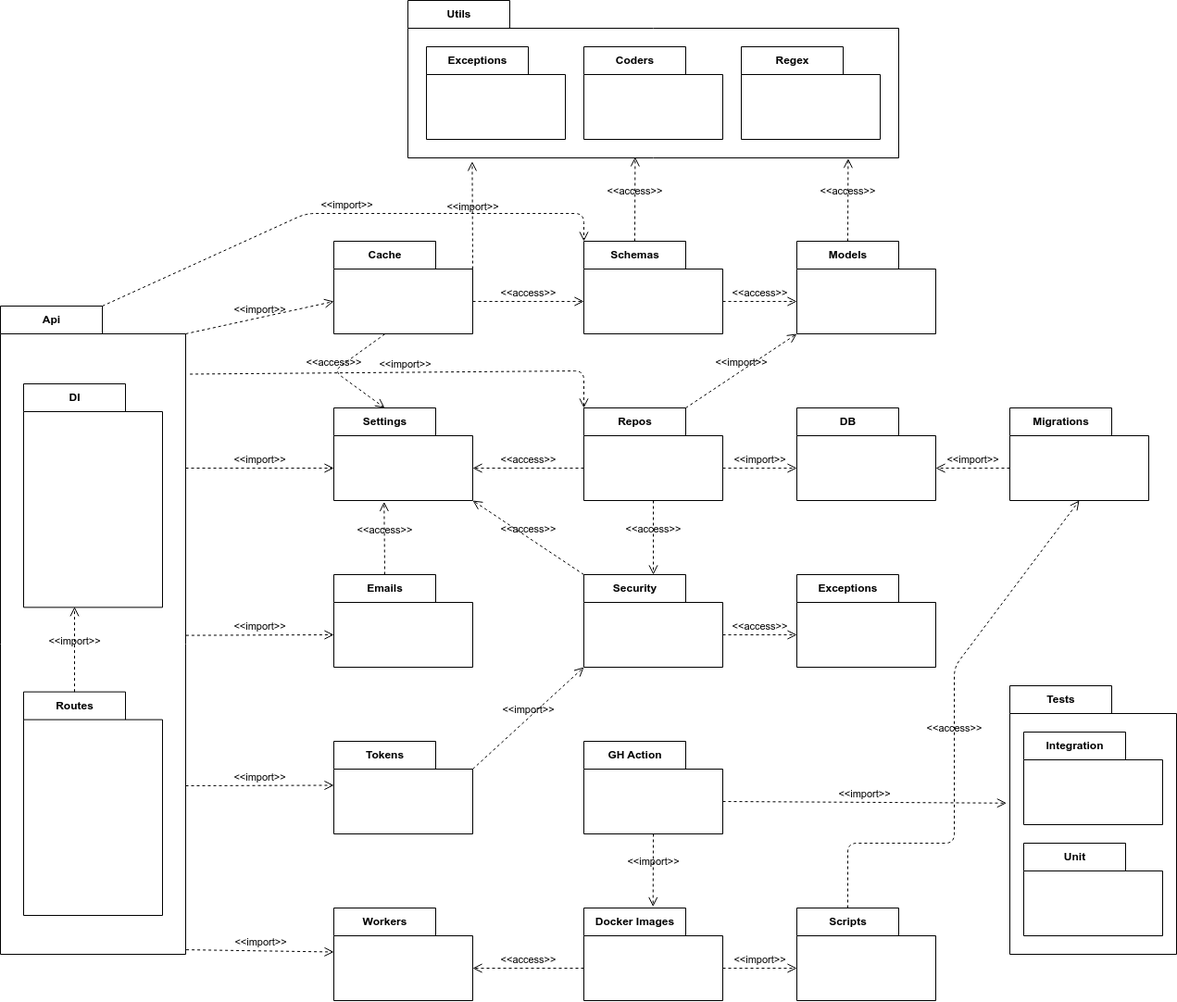
Vaultexe/diagrams keeps this draw.io diagram as package.drawio.png. Above is the earlier version. Source tidied: cells renumbered, new cells last; positions are measured from the earlier drawing's top-left corner, leaving out a move shared by most shapes.
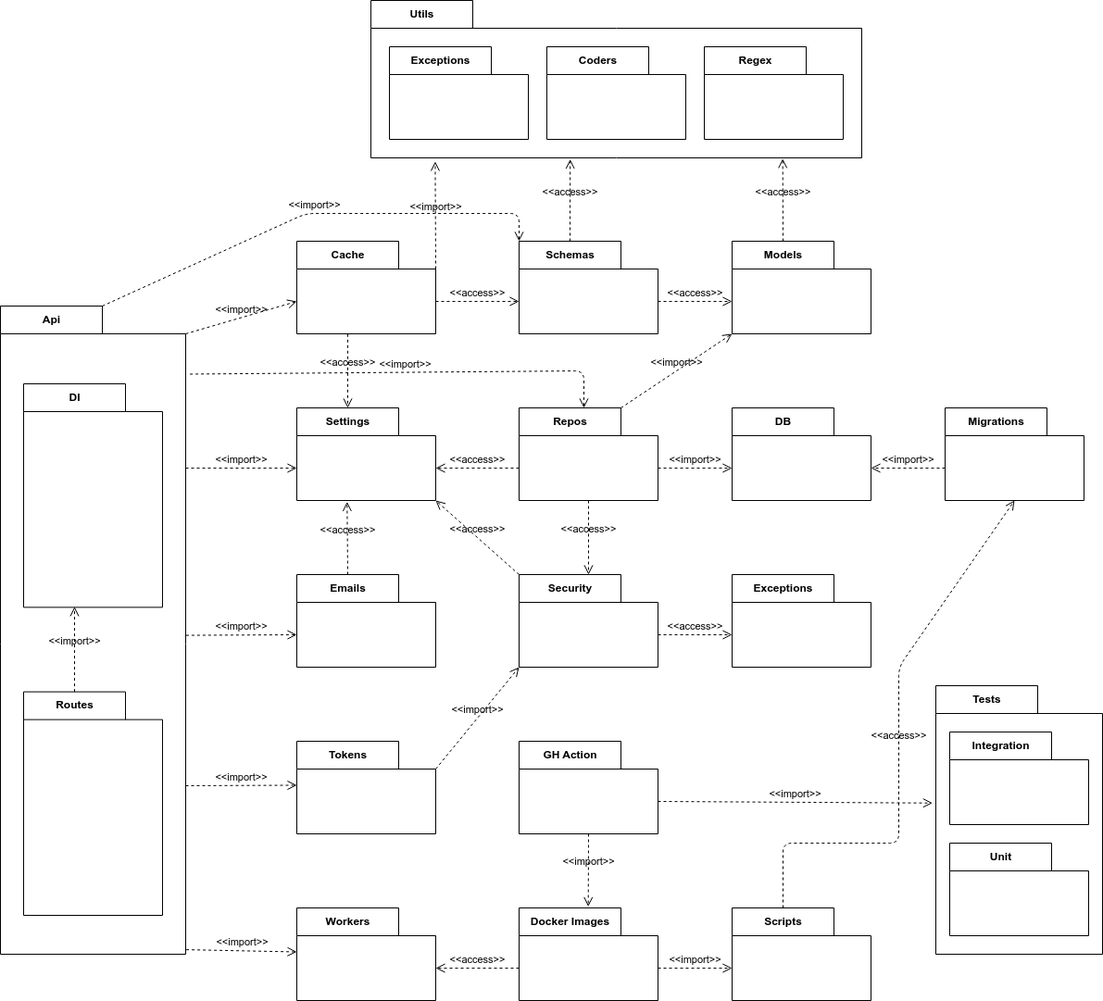
The same diagram one commit later.

Commit message:
Upate package diagram

The edit, as a diff of the source:
```diff
@@ -11,7 +11,7 @@
       </mxGeometry>
     </mxCell>
     <mxCell id="4" value="Workers" style="shape=folder;fontStyle=1;tabWidth=110;tabHeight=30;tabPosition=left;html=1;boundedLbl=1;labelInHeader=1;" parent="1" vertex="1">
-      <mxGeometry x="360" y="980" width="150" height="100" as="geometry" />
+      <mxGeometry x="390" y="980" width="150" height="100" as="geometry" />
     </mxCell>
     <mxCell id="5" style="html=1;strokeColor=none;fillColor=none;" parent="4" vertex="1">
       <mxGeometry width="150" height="70" relative="1" as="geometry">
@@ -19,7 +19,7 @@
       </mxGeometry>
     </mxCell>
     <mxCell id="6" value="Emails" style="shape=folder;fontStyle=1;tabWidth=110;tabHeight=30;tabPosition=left;html=1;boundedLbl=1;labelInHeader=1;" parent="1" vertex="1">
-      <mxGeometry x="360" y="620" width="150" height="100" as="geometry" />
+      <mxGeometry x="390" y="620" width="150" height="100" as="geometry" />
     </mxCell>
     <mxCell id="7" style="html=1;strokeColor=none;fillColor=none;" parent="6" vertex="1">
       <mxGeometry width="150" height="70" relative="1" as="geometry">
@@ -51,7 +51,7 @@
       </mxGeometry>
     </mxCell>
     <mxCell id="14" value="Settings" style="shape=folder;fontStyle=1;tabWidth=110;tabHeight=30;tabPosition=left;html=1;boundedLbl=1;labelInHeader=1;" parent="1" vertex="1">
-      <mxGeometry x="360" y="440" width="150" height="100" as="geometry" />
+      <mxGeometry x="390" y="440" width="150" height="100" as="geometry" />
     </mxCell>
     <mxCell id="15" style="html=1;strokeColor=none;fillColor=none;" parent="14" vertex="1">
       <mxGeometry width="150" height="70" relative="1" as="geometry">
@@ -67,7 +67,7 @@
       </mxGeometry>
     </mxCell>
     <mxCell id="18" value="Cache" style="shape=folder;fontStyle=1;tabWidth=110;tabHeight=30;tabPosition=left;html=1;boundedLbl=1;labelInHeader=1;" parent="1" vertex="1">
-      <mxGeometry x="360" y="260" width="150" height="100" as="geometry" />
+      <mxGeometry x="390" y="260" width="150" height="100" as="geometry" />
     </mxCell>
     <mxCell id="19" style="html=1;strokeColor=none;fillColor=none;" parent="18" vertex="1">
       <mxGeometry width="150" height="70" relative="1" as="geometry">
@@ -119,7 +119,7 @@
       <mxGeometry relative="1" as="geometry" />
     </mxCell>
     <mxCell id="32" value="Tokens" style="shape=folder;fontStyle=1;tabWidth=110;tabHeight=30;tabPosition=left;html=1;boundedLbl=1;labelInHeader=1;" parent="1" vertex="1">
-      <mxGeometry x="360" y="800" width="150" height="100" as="geometry" />
+      <mxGeometry x="390" y="800" width="150" height="100" as="geometry" />
     </mxCell>
     <mxCell id="33" style="html=1;strokeColor=none;fillColor=none;" parent="32" vertex="1">
       <mxGeometry width="150" height="70" relative="1" as="geometry">
@@ -129,13 +129,13 @@
     <mxCell id="34" value="&amp;lt;&amp;lt;import&amp;gt;&amp;gt;" style="endArrow=open;startArrow=none;endFill=0;startFill=0;endSize=8;html=1;verticalAlign=bottom;dashed=1;labelBackgroundColor=none;entryX=0;entryY=0;entryDx=0;entryDy=100;entryPerimeter=0;exitX=0;exitY=0;exitDx=150;exitDy=30;exitPerimeter=0;" parent="1" edge="1" source="32" target="16">
       <mxGeometry relative="1" as="geometry" />
     </mxCell>
-    <mxCell id="35" value="&amp;lt;&amp;lt;access&amp;gt;&amp;gt;" style="endArrow=open;startArrow=none;endFill=0;startFill=0;endSize=8;html=1;verticalAlign=bottom;dashed=1;labelBackgroundColor=none;entryX=0.897;entryY=1.004;entryDx=0;entryDy=0;entryPerimeter=0;exitX=0;exitY=0;exitDx=55;exitDy=0;exitPerimeter=0;" parent="1" edge="1" source="10" target="42">
+    <mxCell id="35" value="&amp;lt;&amp;lt;access&amp;gt;&amp;gt;" style="endArrow=open;startArrow=none;endFill=0;startFill=0;endSize=8;html=1;verticalAlign=bottom;dashed=1;labelBackgroundColor=none;entryX=0.839;entryY=1.005;entryDx=0;entryDy=0;entryPerimeter=0;exitX=0;exitY=0;exitDx=55;exitDy=0;exitPerimeter=0;" parent="1" edge="1" source="10" target="42">
       <mxGeometry relative="1" as="geometry" />
     </mxCell>
     <mxCell id="36" value="&amp;lt;&amp;lt;access&amp;gt;&amp;gt;" style="endArrow=open;startArrow=none;endFill=0;startFill=0;endSize=8;html=1;verticalAlign=bottom;dashed=1;labelBackgroundColor=none;entryX=0;entryY=0;entryDx=0;entryDy=65;entryPerimeter=0;exitX=0;exitY=0;exitDx=150;exitDy=65;exitPerimeter=0;" parent="1" edge="1" source="8" target="10">
       <mxGeometry relative="1" as="geometry" />
     </mxCell>
-    <mxCell id="37" value="&amp;lt;&amp;lt;access&amp;gt;&amp;gt;" style="endArrow=open;startArrow=none;endFill=0;startFill=0;endSize=8;html=1;verticalAlign=bottom;dashed=1;labelBackgroundColor=none;exitX=0;exitY=0;exitDx=55;exitDy=0;exitPerimeter=0;entryX=0.463;entryY=0.994;entryDx=0;entryDy=0;entryPerimeter=0;" parent="1" edge="1" source="8" target="42">
+    <mxCell id="37" value="&amp;lt;&amp;lt;access&amp;gt;&amp;gt;" style="endArrow=open;startArrow=none;endFill=0;startFill=0;endSize=8;html=1;verticalAlign=bottom;dashed=1;labelBackgroundColor=none;exitX=0;exitY=0;exitDx=55;exitDy=0;exitPerimeter=0;entryX=0.406;entryY=1.009;entryDx=0;entryDy=0;entryPerimeter=0;" parent="1" edge="1" source="8" target="42">
       <mxGeometry relative="1" as="geometry" />
     </mxCell>
     <mxCell id="38" value="&amp;lt;&amp;lt;import&amp;gt;&amp;gt;" style="endArrow=open;startArrow=none;endFill=0;startFill=0;endSize=8;html=1;verticalAlign=bottom;dashed=1;labelBackgroundColor=none;exitX=0;exitY=0;exitDx=110;exitDy=0;exitPerimeter=0;entryX=0;entryY=0;entryDx=0;entryDy=100;entryPerimeter=0;" parent="1" edge="1" source="12" target="10">
@@ -151,7 +151,7 @@
       <mxGeometry relative="1" as="geometry" />
     </mxCell>
     <mxCell id="42" value="Utils" style="shape=folder;fontStyle=1;tabWidth=110;tabHeight=30;tabPosition=left;html=1;boundedLbl=1;labelInHeader=1;" parent="1" vertex="1">
-      <mxGeometry x="440" width="530" height="170" as="geometry" />
+      <mxGeometry x="470" width="530" height="170" as="geometry" />
     </mxCell>
     <mxCell id="43" style="html=1;strokeColor=none;fillColor=none;" parent="42" vertex="1">
       <mxGeometry width="530" height="119" relative="1" as="geometry">
@@ -183,11 +183,7 @@
       </mxGeometry>
     </mxCell>
     <mxCell id="50" value="&amp;lt;&amp;lt;access&amp;gt;&amp;gt;" style="endArrow=open;startArrow=none;endFill=0;startFill=0;endSize=8;html=1;verticalAlign=bottom;dashed=1;labelBackgroundColor=none;entryX=0;entryY=0;entryDx=55;entryDy=0;entryPerimeter=0;exitX=0.367;exitY=1.003;exitDx=0;exitDy=0;exitPerimeter=0;" parent="1" edge="1" source="18" target="14">
-      <mxGeometry relative="1" as="geometry">
-        <Array as="points">
-          <mxPoint x="360" y="400" />
-        </Array>
-      </mxGeometry>
+      <mxGeometry relative="1" as="geometry" />
     </mxCell>
     <mxCell id="51" value="&amp;lt;&amp;lt;import&amp;gt;&amp;gt;" style="endArrow=open;startArrow=none;endFill=0;startFill=0;endSize=8;html=1;verticalAlign=bottom;dashed=1;labelBackgroundColor=none;entryX=0.131;entryY=1.023;entryDx=0;entryDy=0;entryPerimeter=0;exitX=0;exitY=0;exitDx=150;exitDy=30;exitPerimeter=0;" parent="1" edge="1" source="18" target="42">
       <mxGeometry relative="1" as="geometry" />
@@ -202,7 +198,7 @@
       <mxGeometry relative="1" as="geometry" />
     </mxCell>
     <mxCell id="55" value="Api" style="shape=folder;fontStyle=1;tabWidth=110;tabHeight=30;tabPosition=left;html=1;boundedLbl=1;labelInHeader=1;" parent="1" vertex="1">
-      <mxGeometry y="330" width="200" height="700" as="geometry" />
+      <mxGeometry x="70" y="330" width="200" height="700" as="geometry" />
     </mxCell>
     <mxCell id="56" style="html=1;strokeColor=none;fillColor=none;" parent="55" vertex="1">
       <mxGeometry width="200" height="490" relative="1" as="geometry">
@@ -232,7 +228,7 @@
     </mxCell>
     <mxCell id="62" value="&amp;lt;&amp;lt;import&amp;gt;&amp;gt;" style="endArrow=open;startArrow=none;endFill=0;startFill=0;endSize=8;html=1;verticalAlign=bottom;dashed=1;labelBackgroundColor=none;entryX=0;entryY=0;entryDx=0;entryDy=65;entryPerimeter=0;" parent="1" edge="1" target="14">
       <mxGeometry relative="1" as="geometry">
-        <mxPoint x="200" y="505" as="sourcePoint" />
+        <mxPoint x="270" y="505" as="sourcePoint" />
       </mxGeometry>
     </mxCell>
     <mxCell id="63" value="&amp;lt;&amp;lt;import&amp;gt;&amp;gt;" style="endArrow=open;startArrow=none;endFill=0;startFill=0;endSize=8;html=1;verticalAlign=bottom;dashed=1;labelBackgroundColor=none;entryX=0;entryY=0;entryDx=0;entryDy=65;entryPerimeter=0;exitX=0;exitY=0;exitDx=200;exitDy=30;exitPerimeter=0;" parent="1" edge="1" source="55" target="18">
@@ -240,16 +236,16 @@
     </mxCell>
     <mxCell id="64" value="&amp;lt;&amp;lt;import&amp;gt;&amp;gt;" style="endArrow=open;startArrow=none;endFill=0;startFill=0;endSize=8;html=1;verticalAlign=bottom;dashed=1;labelBackgroundColor=none;exitX=1.023;exitY=0.105;exitDx=0;exitDy=0;exitPerimeter=0;" parent="1" edge="1" source="55">
       <mxGeometry relative="1" as="geometry">
-        <mxPoint x="630" y="440" as="targetPoint" />
+        <mxPoint x="700" y="440" as="targetPoint" />
         <Array as="points">
-          <mxPoint x="630" y="400" />
+          <mxPoint x="700" y="400" />
         </Array>
       </mxGeometry>
     </mxCell>
     <mxCell id="65" value="&amp;lt;&amp;lt;import&amp;gt;&amp;gt;" style="endArrow=open;startArrow=none;endFill=0;startFill=0;endSize=8;html=1;verticalAlign=bottom;dashed=1;labelBackgroundColor=none;entryX=0;entryY=0;entryDx=0;entryDy=0;entryPerimeter=0;exitX=0;exitY=0;exitDx=110;exitDy=0;exitPerimeter=0;" parent="1" edge="1" source="55" target="8">
       <mxGeometry relative="1" as="geometry">
         <Array as="points">
-          <mxPoint x="330" y="230" />
+          <mxPoint x="400" y="230" />
           <mxPoint x="630" y="230" />
         </Array>
       </mxGeometry>
@@ -259,7 +255,7 @@
     </mxCell>
     <mxCell id="67" value="&amp;lt;&amp;lt;import&amp;gt;&amp;gt;" style="endArrow=open;startArrow=none;endFill=0;startFill=0;endSize=8;html=1;verticalAlign=bottom;dashed=1;labelBackgroundColor=none;entryX=0;entryY=0;entryDx=0;entryDy=47.5;entryPerimeter=0;" parent="1" edge="1" target="32">
       <mxGeometry relative="1" as="geometry">
-        <mxPoint x="200" y="848" as="sourcePoint" />
+        <mxPoint x="270" y="848" as="sourcePoint" />
       </mxGeometry>
     </mxCell>
     <mxCell id="68" value="DB" style="shape=folder;fontStyle=1;tabWidth=110;tabHeight=30;tabPosition=left;html=1;boundedLbl=1;labelInHeader=1;" parent="1" vertex="1">
@@ -277,7 +273,7 @@
       <mxGeometry relative="1" as="geometry" />
     </mxCell>
     <mxCell id="72" value="Tests" style="shape=folder;fontStyle=1;tabWidth=110;tabHeight=30;tabPosition=left;html=1;boundedLbl=1;labelInHeader=1;" parent="1" vertex="1">
-      <mxGeometry x="1090" y="740" width="180" height="290" as="geometry" />
+      <mxGeometry x="1080" y="740" width="180" height="290" as="geometry" />
     </mxCell>
     <mxCell id="73" style="html=1;strokeColor=none;fillColor=none;" parent="72" vertex="1">
       <mxGeometry width="180" height="203" relative="1" as="geometry">
@@ -307,8 +303,8 @@
       <mxGeometry relative="1" as="geometry">
         <Array as="points">
           <mxPoint x="915" y="910" />
-          <mxPoint x="1030" y="910" />
-          <mxPoint x="1030" y="720" />
+          <mxPoint x="1040" y="910" />
+          <mxPoint x="1040" y="720" />
         </Array>
       </mxGeometry>
     </mxCell>
```
